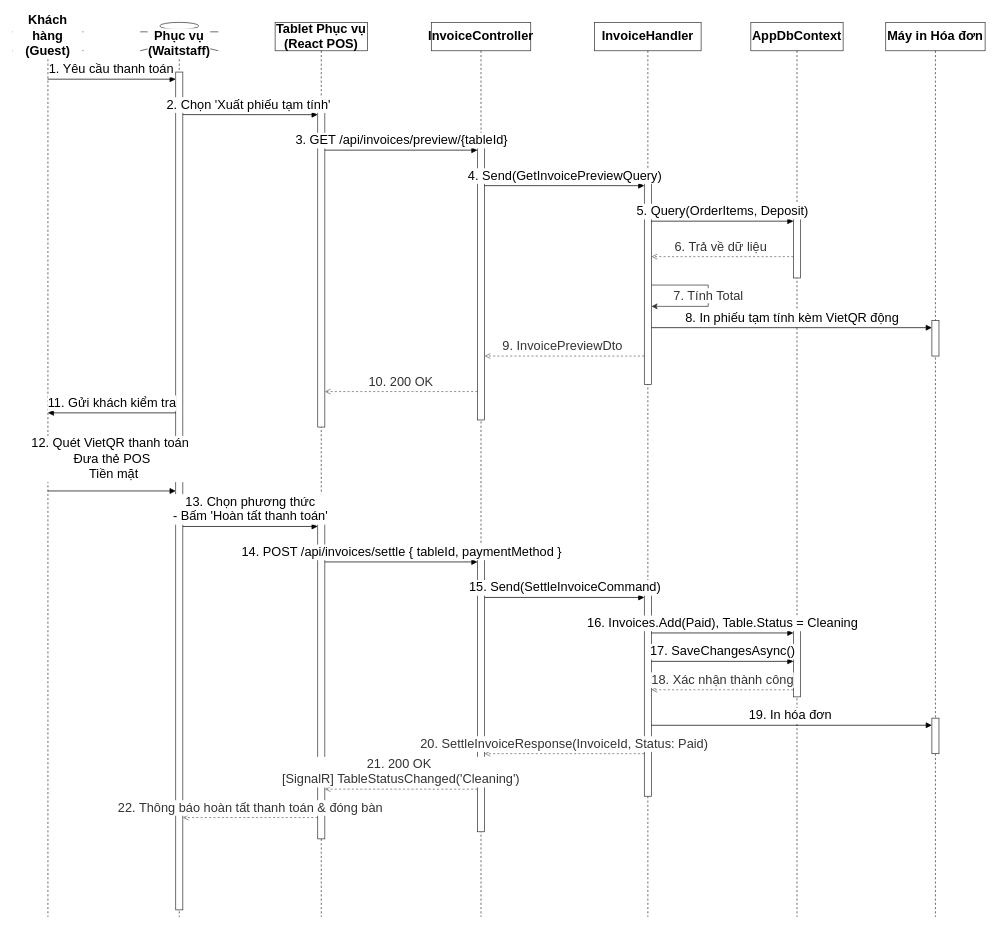
Earlier version of the draw.io diagram docs/phase1/drawio/sd04_invoice_settlement.drawio (AndrewQng/VinDining). Source tidied: cells renumbered, new cells numbered last; positions are measured from the earlier drawing's top-left corner, leaving out a move shared by most shapes. Both pictures are drawn from the tidied source at 71%, with x=0, y=0 at pixel (12, 22).
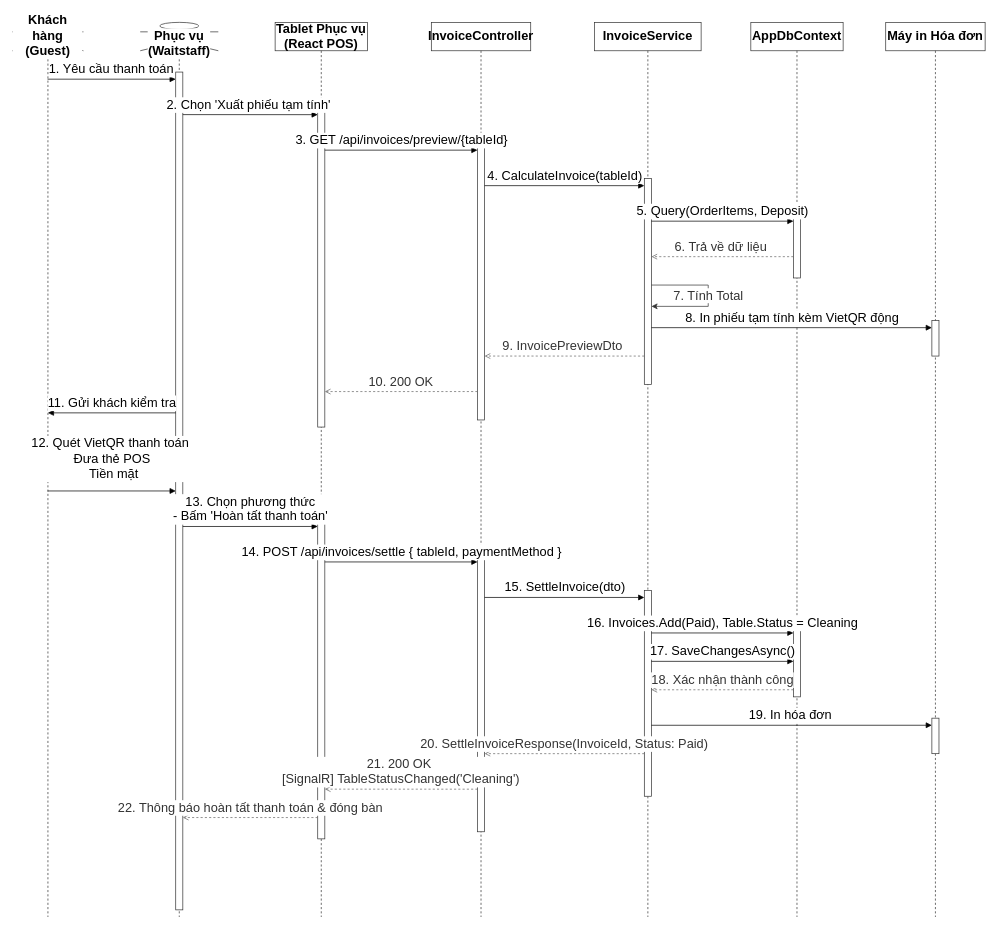
Above is the later version.

The change refers to these unchanged cells:
```xml
<mxCell id="9" style="html=1;points=[];perimeter=orthogonalPerimeter;outlineConnect=0;fillColor=#ffffff;strokeColor=#333333;fontSize=18;" parent="8" vertex="1">
  <mxGeometry x="65" y="170" width="10" height="390" as="geometry" />
</mxCell>
<mxCell id="10" style="html=1;points=[];perimeter=orthogonalPerimeter;outlineConnect=0;fillColor=#ffffff;strokeColor=#333333;fontSize=18;" parent="8" vertex="1">
  <mxGeometry x="65" y="750" width="10" height="390" as="geometry" />
</mxCell>
<mxCell id="12" style="html=1;points=[];perimeter=orthogonalPerimeter;outlineConnect=0;fillColor=#ffffff;strokeColor=#333333;fontSize=18;" parent="11" vertex="1">
  <mxGeometry x="70" y="220" width="10" height="290" as="geometry" />
</mxCell>
<mxCell id="13" style="html=1;points=[];perimeter=orthogonalPerimeter;outlineConnect=0;fillColor=#ffffff;strokeColor=#333333;fontSize=18;" parent="11" vertex="1">
  <mxGeometry x="70" y="800" width="10" height="290" as="geometry" />
</mxCell>
```

Diff of the diagram source:
```diff
@@
-    <mxCell id="11" value="InvoiceHandler" style="shape=umlLifeline;perimeter=lifelinePerimeter;whiteSpace=wrap;html=1;size=40;fontSize=18;fontStyle=1;fillColor=#ffffff;strokeColor=#333333;" parent="1" vertex="1">
+    <mxCell id="11" value="InvoiceService" style="shape=umlLifeline;perimeter=lifelinePerimeter;whiteSpace=wrap;html=1;size=40;fontSize=18;fontStyle=1;fillColor=#ffffff;strokeColor=#333333;" parent="1" vertex="1">
       <mxGeometry x="820" width="150" height="1260" as="geometry" />
     </mxCell>
@@
-    <mxCell id="23" value="4. Send(GetInvoicePreviewQuery)" style="html=1;verticalAlign=bottom;endArrow=block;curved=0;rounded=0;exitX=1;exitY=0.1538;entryX=0;entryY=0.0345;fontSize=18;" parent="1" edge="1" source="9" target="12">
+    <mxCell id="23" value="4. CalculateInvoice(tableId)" style="html=1;verticalAlign=bottom;endArrow=block;curved=0;rounded=0;exitX=1;exitY=0.1538;entryX=0;entryY=0.0345;fontSize=18;" parent="1" edge="1" source="9" target="12">
       <mxGeometry relative="1" as="geometry" />
     </mxCell>
@@
-    <mxCell id="34" value="15. Send(SettleInvoiceCommand)" style="html=1;verticalAlign=bottom;endArrow=block;curved=0;rounded=0;exitX=1;exitY=0.1538;entryX=0;entryY=0.0345;fontSize=18;" parent="1" edge="1" source="10" target="13">
+    <mxCell id="34" value="15. SettleInvoice(dto)" style="html=1;verticalAlign=bottom;endArrow=block;curved=0;rounded=0;exitX=1;exitY=0.1538;entryX=0;entryY=0.0345;fontSize=18;" parent="1" edge="1" source="10" target="13">
       <mxGeometry relative="1" as="geometry" />
     </mxCell>
```
